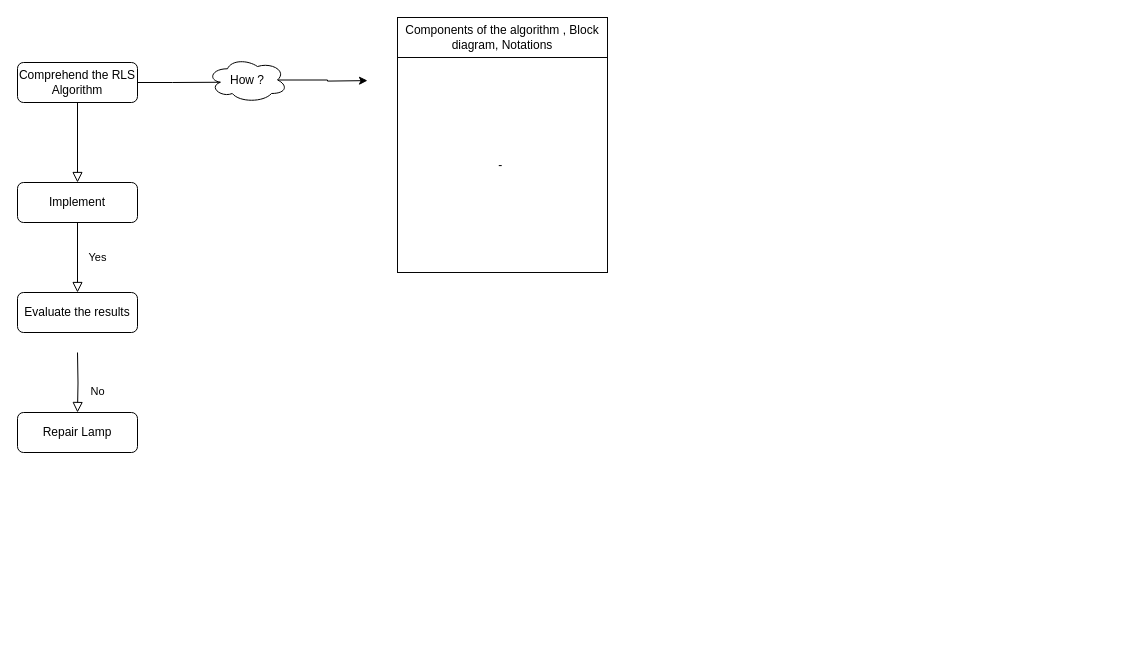
EnesErcin/Recursive_Least-Squares_Algorithm keeps this draw.io diagram as Başlıksız Diyagram.drawio. Above is the earlier version. Source tidied: cells renumbered, new cells numbered last; positions are measured from the earlier drawing's top-left corner, leaving out a move shared by most shapes. Both pictures are drawn from the tidied source at 100%, with x=0, y=0 at pixel (17, 17).
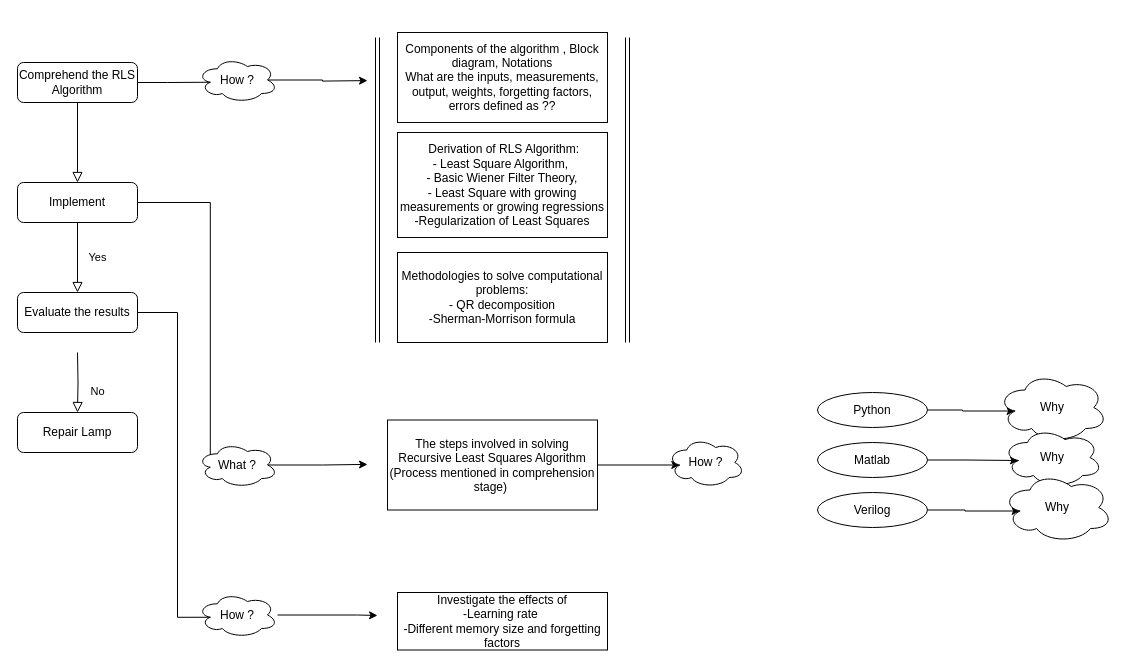
The same diagram, later.

The change refers to these unchanged cells:
```xml
<mxCell id="5" value="Implement" style="rounded=1;whiteSpace=wrap;html=1;fontSize=12;glass=0;strokeWidth=1;shadow=0;" parent="1" vertex="1">
  <mxGeometry y="165" width="120" height="40" as="geometry" />
</mxCell>
<mxCell id="8" value="Evaluate the results" style="rounded=1;whiteSpace=wrap;html=1;fontSize=12;glass=0;strokeWidth=1;shadow=0;" parent="1" vertex="1">
  <mxGeometry y="275" width="120" height="40" as="geometry" />
</mxCell>
```

What changed in the source:
```diff
@@
+    <mxCell id="14" style="edgeStyle=orthogonalEdgeStyle;rounded=0;jettySize=auto;html=1;exitX=1;exitY=0.5;exitDx=0;exitDy=0;entryX=0.16;entryY=0.55;entryDx=0;entryDy=0;entryPerimeter=0;" parent="1" edge="1" source="5" target="23">
+      <mxGeometry relative="1" as="geometry" />
+    </mxCell>
@@
+    <mxCell id="15" style="rounded=0;jettySize=auto;html=1;exitX=1;exitY=0.5;exitDx=0;exitDy=0;edgeStyle=orthogonalEdgeStyle;startArrow=none;" parent="1" edge="1" source="17">
+      <mxGeometry relative="1" as="geometry">
+        <mxPoint x="360" y="598" as="targetPoint" />
+        <Array as="points">
+          <mxPoint x="340" y="598" />
+        </Array>
+      </mxGeometry>
+    </mxCell>
@@
     <mxCell id="10" value="How ?" style="ellipse;shape=cloud;whiteSpace=wrap;html=1;" parent="1" vertex="1">
-      <mxGeometry x="190" y="40" width="80" height="45" as="geometry" />
+      <mxGeometry x="180" y="40" width="80" height="45" as="geometry" />
     </mxCell>
@@
-    <mxCell id="12" value="Components of the algorithm , Block diagram, Notations" style="text;html=1;strokeColor=#050505;fillColor=none;align=center;verticalAlign=middle;whiteSpace=wrap;rounded=0;" parent="1" vertex="1">
-      <mxGeometry x="380" width="210" height="40" as="geometry" />
+    <mxCell id="12" value="Components of the algorithm , Block diagram, Notations&lt;br&gt;What are the inputs, measurements, output, weights, forgetting factors, errors defined as ??" style="text;html=1;strokeColor=#050505;fillColor=none;align=center;verticalAlign=middle;whiteSpace=wrap;rounded=0;" parent="1" vertex="1">
+      <mxGeometry x="380" y="15" width="210" height="90" as="geometry" />
     </mxCell>
-    <mxCell id="13" value="-&amp;nbsp;" style="rounded=0;whiteSpace=wrap;html=1;strokeColor=#050505;" parent="1" vertex="1">
-      <mxGeometry x="380" y="40" width="210" height="215" as="geometry" />
+    <mxCell id="13" value="&amp;nbsp;Derivation of RLS Algorithm: &lt;br&gt;- Least Square Algorithm,&amp;nbsp;&lt;br&gt;- Basic Wiener Filter Theory, &lt;br&gt;- Least Square with growing measurements or growing regressions&lt;br&gt;-Regularization of Least Squares" style="rounded=0;whiteSpace=wrap;html=1;strokeColor=#050505;" parent="1" vertex="1">
+      <mxGeometry x="380" y="115" width="210" height="105" as="geometry" />
     </mxCell>
+    <mxCell id="16" value="Methodologies to solve computational problems:&lt;br&gt;- QR decomposition&lt;br&gt;-Sherman-Morrison formula" style="rounded=0;whiteSpace=wrap;html=1;" parent="1" vertex="1">
+      <mxGeometry x="380" y="235" width="210" height="90" as="geometry" />
+    </mxCell>
+    <mxCell id="17" value="How ?" style="ellipse;shape=cloud;whiteSpace=wrap;html=1;" parent="1" vertex="1">
+      <mxGeometry x="180" y="575" width="80" height="45" as="geometry" />
+    </mxCell>
+    <mxCell id="18" style="rounded=0;jettySize=auto;html=1;exitX=1;exitY=0.5;exitDx=0;exitDy=0;edgeStyle=orthogonalEdgeStyle;endArrow=none;entryX=0.16;entryY=0.55;entryDx=0;entryDy=0;entryPerimeter=0;" parent="1" edge="1" source="8" target="17">
+      <mxGeometry relative="1" as="geometry">
+        <Array as="points">
+          <mxPoint x="160" y="295" />
+          <mxPoint x="160" y="600" />
+        </Array>
+      </mxGeometry>
+    </mxCell>
+    <mxCell id="19" value="Investigate the effects of &lt;br&gt;-Learning rate&amp;nbsp;&lt;br&gt;-Different memory size and forgetting factors" style="rounded=0;whiteSpace=wrap;html=1;" parent="1" vertex="1">
+      <mxGeometry x="380" y="575" width="210" height="57.5" as="geometry" />
+    </mxCell>
+    <mxCell id="20" style="shape=link;html=1;rounded=0;" parent="1" edge="1">
+      <mxGeometry relative="1" as="geometry">
+        <mxPoint x="360" y="20" as="sourcePoint" />
+        <mxPoint x="360" y="325" as="targetPoint" />
+      </mxGeometry>
+    </mxCell>
+    <mxCell id="21" style="shape=link;html=1;rounded=0;" parent="1" edge="1">
+      <mxGeometry relative="1" as="geometry">
+        <mxPoint x="610" y="20" as="sourcePoint" />
+        <mxPoint x="610" y="325" as="targetPoint" />
+      </mxGeometry>
+    </mxCell>
+    <mxCell id="22" style="edgeStyle=orthogonalEdgeStyle;rounded=0;jettySize=auto;html=1;exitX=0.875;exitY=0.5;exitDx=0;exitDy=0;exitPerimeter=0;" parent="1" edge="1" source="23">
+      <mxGeometry relative="1" as="geometry">
+        <mxPoint x="350" y="446.9" as="targetPoint" />
+      </mxGeometry>
+    </mxCell>
+    <mxCell id="23" value="What ?" style="ellipse;shape=cloud;whiteSpace=wrap;html=1;" parent="1" vertex="1">
+      <mxGeometry x="180" y="425" width="80" height="45" as="geometry" />
+    </mxCell>
+    <mxCell id="24" style="edgeStyle=orthogonalEdgeStyle;rounded=0;jettySize=auto;html=1;exitX=1;exitY=0.5;exitDx=0;exitDy=0;entryX=0.16;entryY=0.55;entryDx=0;entryDy=0;entryPerimeter=0;" parent="1" edge="1" source="25" target="34">
+      <mxGeometry relative="1" as="geometry" />
+    </mxCell>
+    <mxCell id="25" value="Matlab" style="ellipse;whiteSpace=wrap;html=1;" parent="1" vertex="1">
+      <mxGeometry x="800" y="425" width="110" height="35" as="geometry" />
+    </mxCell>
+    <mxCell id="26" style="edgeStyle=orthogonalEdgeStyle;rounded=0;jettySize=auto;html=1;exitX=1;exitY=0.5;exitDx=0;exitDy=0;entryX=0.16;entryY=0.55;entryDx=0;entryDy=0;entryPerimeter=0;" parent="1" edge="1" source="27" target="33">
+      <mxGeometry relative="1" as="geometry" />
+    </mxCell>
+    <mxCell id="27" value="Python" style="ellipse;whiteSpace=wrap;html=1;" parent="1" vertex="1">
+      <mxGeometry x="800" y="375" width="110" height="35" as="geometry" />
+    </mxCell>
+    <mxCell id="28" style="edgeStyle=orthogonalEdgeStyle;rounded=0;jettySize=auto;html=1;exitX=1;exitY=0.5;exitDx=0;exitDy=0;entryX=0.16;entryY=0.55;entryDx=0;entryDy=0;entryPerimeter=0;" parent="1" edge="1" source="29" target="35">
+      <mxGeometry relative="1" as="geometry" />
+    </mxCell>
+    <mxCell id="29" value="Verilog" style="ellipse;whiteSpace=wrap;html=1;" parent="1" vertex="1">
+      <mxGeometry x="800" y="475" width="110" height="35" as="geometry" />
+    </mxCell>
+    <mxCell id="30" style="edgeStyle=orthogonalEdgeStyle;rounded=0;jettySize=auto;html=1;exitX=1;exitY=0.5;exitDx=0;exitDy=0;entryX=0.16;entryY=0.55;entryDx=0;entryDy=0;entryPerimeter=0;" parent="1" edge="1" source="31" target="32">
+      <mxGeometry relative="1" as="geometry" />
+    </mxCell>
+    <mxCell id="31" value="The steps involved in solving Recursive Least Squares Algorithm&lt;br&gt;(Process mentioned in comprehension stage)&amp;nbsp;" style="text;html=1;strokeColor=#050505;fillColor=none;align=center;verticalAlign=middle;whiteSpace=wrap;rounded=0;" parent="1" vertex="1">
+      <mxGeometry x="370" y="402.5" width="210" height="90" as="geometry" />
+    </mxCell>
+    <mxCell id="32" value="How ?" style="ellipse;shape=cloud;whiteSpace=wrap;html=1;" parent="1" vertex="1">
+      <mxGeometry x="650" y="420" width="77" height="50" as="geometry" />
+    </mxCell>
+    <mxCell id="33" value="Why" style="ellipse;shape=cloud;whiteSpace=wrap;html=1;" parent="1" vertex="1">
+      <mxGeometry x="980" y="355" width="110" height="70" as="geometry" />
+    </mxCell>
+    <mxCell id="34" value="Why" style="ellipse;shape=cloud;whiteSpace=wrap;html=1;" parent="1" vertex="1">
+      <mxGeometry x="985" y="410" width="100" height="60" as="geometry" />
+    </mxCell>
+    <mxCell id="35" value="Why" style="ellipse;shape=cloud;whiteSpace=wrap;html=1;" parent="1" vertex="1">
+      <mxGeometry x="985" y="455" width="110" height="70" as="geometry" />
+    </mxCell>
```
